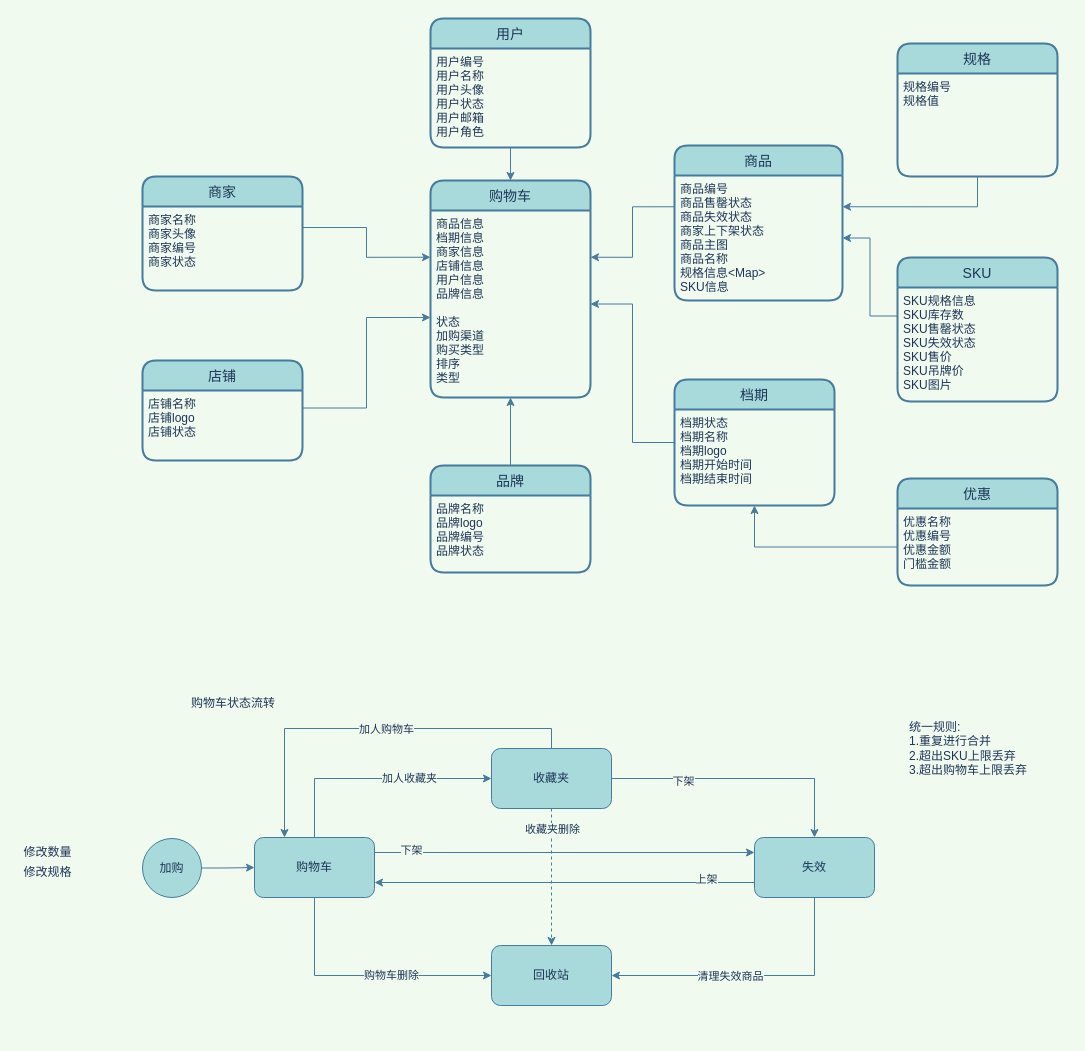
The draw.io diagram 购物车领域模型图.drawio in mingtian110/pc_home, before the edit. Source tidied: cells renumbered, new cells numbered last; positions are measured from the earlier drawing's top-left corner, leaving out a move shared by most shapes. Both pictures are drawn from the tidied source at 100%, with x=0, y=0 at pixel (17, 18).
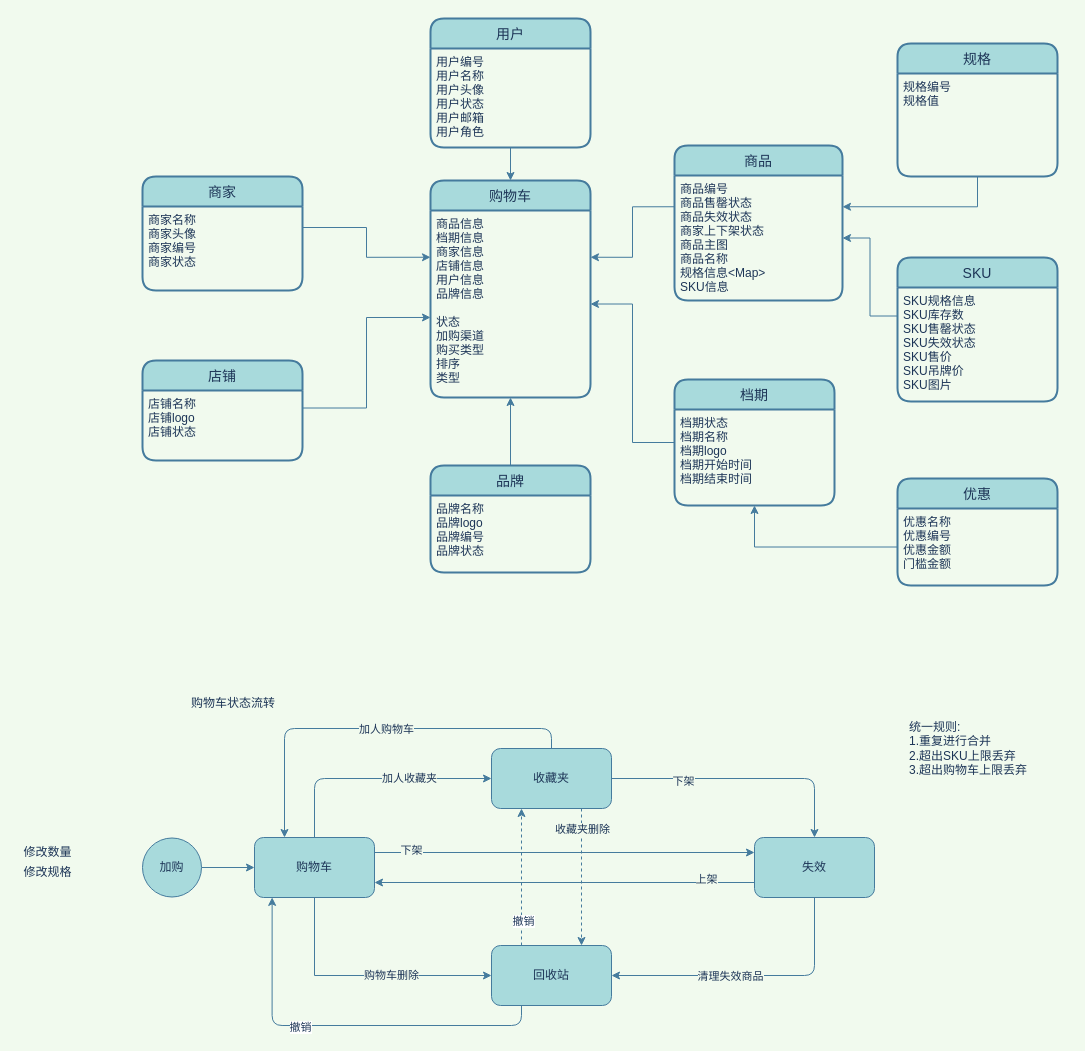
Above is the later version.

Commit message:
更新购物车领域模型图.drawio

The change refers to these unchanged cells:
```xml
<mxCell id="37" value="购物车" style="rounded=1;whiteSpace=wrap;html=1;fillColor=#A8DADC;strokeColor=#457B9D;fontColor=#1D3557;" parent="1" vertex="1">
  <mxGeometry x="237" y="819" width="120" height="60" as="geometry" />
</mxCell>
<mxCell id="44" value="收藏夹" style="rounded=1;whiteSpace=wrap;html=1;fillColor=#A8DADC;strokeColor=#457B9D;fontColor=#1D3557;" parent="1" vertex="1">
  <mxGeometry x="474" y="730" width="120" height="60" as="geometry" />
</mxCell>
<mxCell id="49" value="失效" style="rounded=1;whiteSpace=wrap;html=1;fillColor=#A8DADC;strokeColor=#457B9D;fontColor=#1D3557;" parent="1" vertex="1">
  <mxGeometry x="737" y="819" width="120" height="60" as="geometry" />
</mxCell>
<mxCell id="50" value="回收站" style="rounded=1;whiteSpace=wrap;html=1;fillColor=#A8DADC;strokeColor=#457B9D;fontColor=#1D3557;" parent="1" vertex="1">
  <mxGeometry x="474" y="927" width="120" height="60" as="geometry" />
</mxCell>
```

Change to the diagram source:
```diff
@@
-    <mxCell id="31" style="edgeStyle=orthogonalEdgeStyle;rounded=0;jettySize=auto;html=1;exitX=0.5;exitY=0;exitDx=0;exitDy=0;entryX=0;entryY=0.5;entryDx=0;entryDy=0;strokeColor=#457B9D;fontColor=#1D3557;labelBackgroundColor=#F1FAEE;" parent="1" edge="1" source="37" target="44">
+    <mxCell id="31" style="edgeStyle=orthogonalEdgeStyle;rounded=1;jettySize=auto;html=1;exitX=0.5;exitY=0;exitDx=0;exitDy=0;entryX=0;entryY=0.5;entryDx=0;entryDy=0;strokeColor=#457B9D;fontColor=#1D3557;labelBackgroundColor=#F1FAEE;" parent="1" edge="1" source="37" target="44">
       <mxGeometry relative="1" as="geometry" />
     </mxCell>
@@
-    <mxCell id="35" style="edgeStyle=orthogonalEdgeStyle;rounded=0;jettySize=auto;html=1;exitX=1;exitY=0.25;exitDx=0;exitDy=0;entryX=0;entryY=0.25;entryDx=0;entryDy=0;strokeColor=#457B9D;fontColor=#1D3557;labelBackgroundColor=#F1FAEE;" parent="1" edge="1" source="37" target="49">
+    <mxCell id="35" style="edgeStyle=orthogonalEdgeStyle;rounded=1;jettySize=auto;html=1;exitX=1;exitY=0.25;exitDx=0;exitDy=0;entryX=0;entryY=0.25;entryDx=0;entryDy=0;strokeColor=#457B9D;fontColor=#1D3557;labelBackgroundColor=#F1FAEE;" parent="1" edge="1" source="37" target="49">
       <mxGeometry relative="1" as="geometry" />
     </mxCell>
@@
-    <mxCell id="38" style="edgeStyle=orthogonalEdgeStyle;rounded=0;jettySize=auto;html=1;exitX=1;exitY=0.5;exitDx=0;exitDy=0;strokeColor=#457B9D;fontColor=#1D3557;labelBackgroundColor=#F1FAEE;" parent="1" edge="1" source="44" target="49">
+    <mxCell id="38" style="edgeStyle=orthogonalEdgeStyle;rounded=1;jettySize=auto;html=1;exitX=1;exitY=0.5;exitDx=0;exitDy=0;strokeColor=#457B9D;fontColor=#1D3557;labelBackgroundColor=#F1FAEE;" parent="1" edge="1" source="44" target="49">
       <mxGeometry relative="1" as="geometry" />
     </mxCell>
@@
-    <mxCell id="40" style="edgeStyle=orthogonalEdgeStyle;rounded=0;jettySize=auto;html=1;exitX=0.5;exitY=1;exitDx=0;exitDy=0;dashed=1;strokeColor=#457B9D;fontColor=#1D3557;labelBackgroundColor=#F1FAEE;" parent="1" edge="1" source="44" target="50">
+    <mxCell id="40" style="edgeStyle=orthogonalEdgeStyle;rounded=0;jettySize=auto;html=1;exitX=0.75;exitY=1;exitDx=0;exitDy=0;dashed=1;strokeColor=#457B9D;fontColor=#1D3557;labelBackgroundColor=#F1FAEE;entryX=0.75;entryY=0;entryDx=0;entryDy=0;" parent="1" edge="1" source="44" target="50">
       <mxGeometry relative="1" as="geometry" />
     </mxCell>
@@
-    <mxCell id="42" style="edgeStyle=orthogonalEdgeStyle;rounded=0;jettySize=auto;html=1;exitX=0.5;exitY=0;exitDx=0;exitDy=0;entryX=0.25;entryY=0;entryDx=0;entryDy=0;strokeColor=#457B9D;fontColor=#1D3557;labelBackgroundColor=#F1FAEE;" parent="1" edge="1" source="44" target="37">
+    <mxCell id="42" style="edgeStyle=orthogonalEdgeStyle;rounded=1;jettySize=auto;html=1;exitX=0.5;exitY=0;exitDx=0;exitDy=0;entryX=0.25;entryY=0;entryDx=0;entryDy=0;strokeColor=#457B9D;fontColor=#1D3557;labelBackgroundColor=#F1FAEE;" parent="1" edge="1" source="44" target="37">
       <mxGeometry relative="1" as="geometry" />
     </mxCell>
@@
-    <mxCell id="45" style="edgeStyle=orthogonalEdgeStyle;rounded=0;jettySize=auto;html=1;exitX=0.5;exitY=1;exitDx=0;exitDy=0;entryX=1;entryY=0.5;entryDx=0;entryDy=0;strokeColor=#457B9D;fontColor=#1D3557;labelBackgroundColor=#F1FAEE;" parent="1" edge="1" source="49" target="50">
+    <mxCell id="45" style="edgeStyle=orthogonalEdgeStyle;rounded=1;jettySize=auto;html=1;exitX=0.5;exitY=1;exitDx=0;exitDy=0;entryX=1;entryY=0.5;entryDx=0;entryDy=0;strokeColor=#457B9D;fontColor=#1D3557;labelBackgroundColor=#F1FAEE;" parent="1" edge="1" source="49" target="50">
       <mxGeometry relative="1" as="geometry" />
     </mxCell>
@@
-    <mxCell id="47" style="edgeStyle=orthogonalEdgeStyle;rounded=0;jettySize=auto;html=1;exitX=0;exitY=0.75;exitDx=0;exitDy=0;entryX=1;entryY=0.75;entryDx=0;entryDy=0;strokeColor=#457B9D;fontColor=#1D3557;labelBackgroundColor=#F1FAEE;" parent="1" edge="1" source="49" target="37">
+    <mxCell id="47" style="edgeStyle=orthogonalEdgeStyle;rounded=1;jettySize=auto;html=1;exitX=0;exitY=0.75;exitDx=0;exitDy=0;entryX=1;entryY=0.75;entryDx=0;entryDy=0;fontColor=#1D3557;labelBackgroundColor=#F1FAEE;strokeColor=#457B9D;" parent="1" edge="1" source="49" target="37">
       <mxGeometry relative="1" as="geometry" />
     </mxCell>
@@
+    <mxCell id="57" style="edgeStyle=orthogonalEdgeStyle;curved=0;rounded=1;sketch=0;jettySize=auto;html=1;exitX=0.25;exitY=1;exitDx=0;exitDy=0;entryX=0.147;entryY=0.998;entryDx=0;entryDy=0;entryPerimeter=0;strokeColor=#457B9D;fillColor=#A8DADC;fontColor=#1D3557;" parent="1" edge="1" source="50" target="37">
+      <mxGeometry relative="1" as="geometry" />
+    </mxCell>
+    <mxCell id="58" value="撤销" style="edgeLabel;html=1;align=center;verticalAlign=middle;fontColor=#1D3557;" parent="57" vertex="1">
+      <mxGeometry x="0.22" y="1" relative="1" as="geometry" />
+    </mxCell>
+    <mxCell id="59" style="edgeStyle=orthogonalEdgeStyle;curved=0;rounded=1;sketch=0;jettySize=auto;html=1;exitX=0.25;exitY=0;exitDx=0;exitDy=0;entryX=0.25;entryY=1;entryDx=0;entryDy=0;strokeColor=#457B9D;fillColor=#A8DADC;fontColor=#1D3557;dashed=1;" parent="1" edge="1" source="50" target="44">
+      <mxGeometry relative="1" as="geometry" />
+    </mxCell>
+    <mxCell id="60" value="撤销" style="edgeLabel;html=1;align=center;verticalAlign=middle;fontColor=#1D3557;" parent="59" vertex="1">
+      <mxGeometry x="-0.64" y="-1" relative="1" as="geometry" />
+    </mxCell>
@@
     <mxCell id="55" value="加购" style="ellipse;whiteSpace=wrap;html=1;rounded=0;sketch=0;strokeColor=#457B9D;fillColor=#A8DADC;fontColor=#1D3557;" parent="1" vertex="1">
-      <mxGeometry x="125" y="820" width="59" height="59" as="geometry" />
+      <mxGeometry x="125" y="819.5" width="59" height="59" as="geometry" />
     </mxCell>
```
